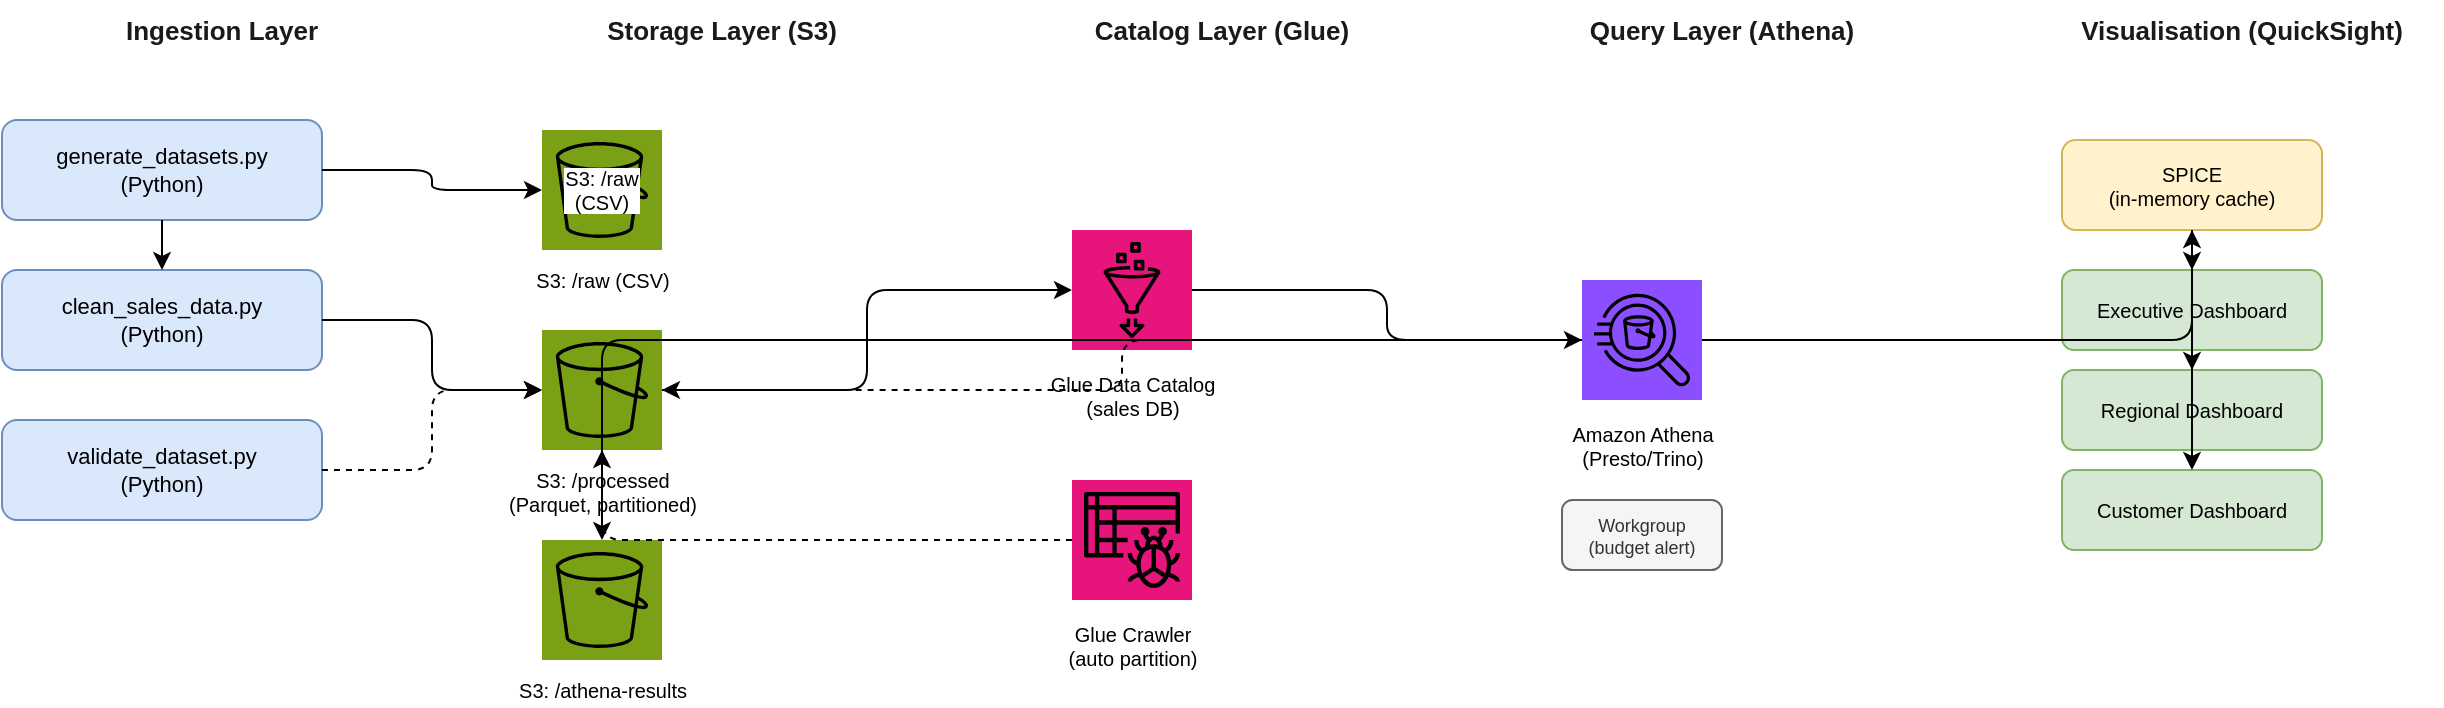
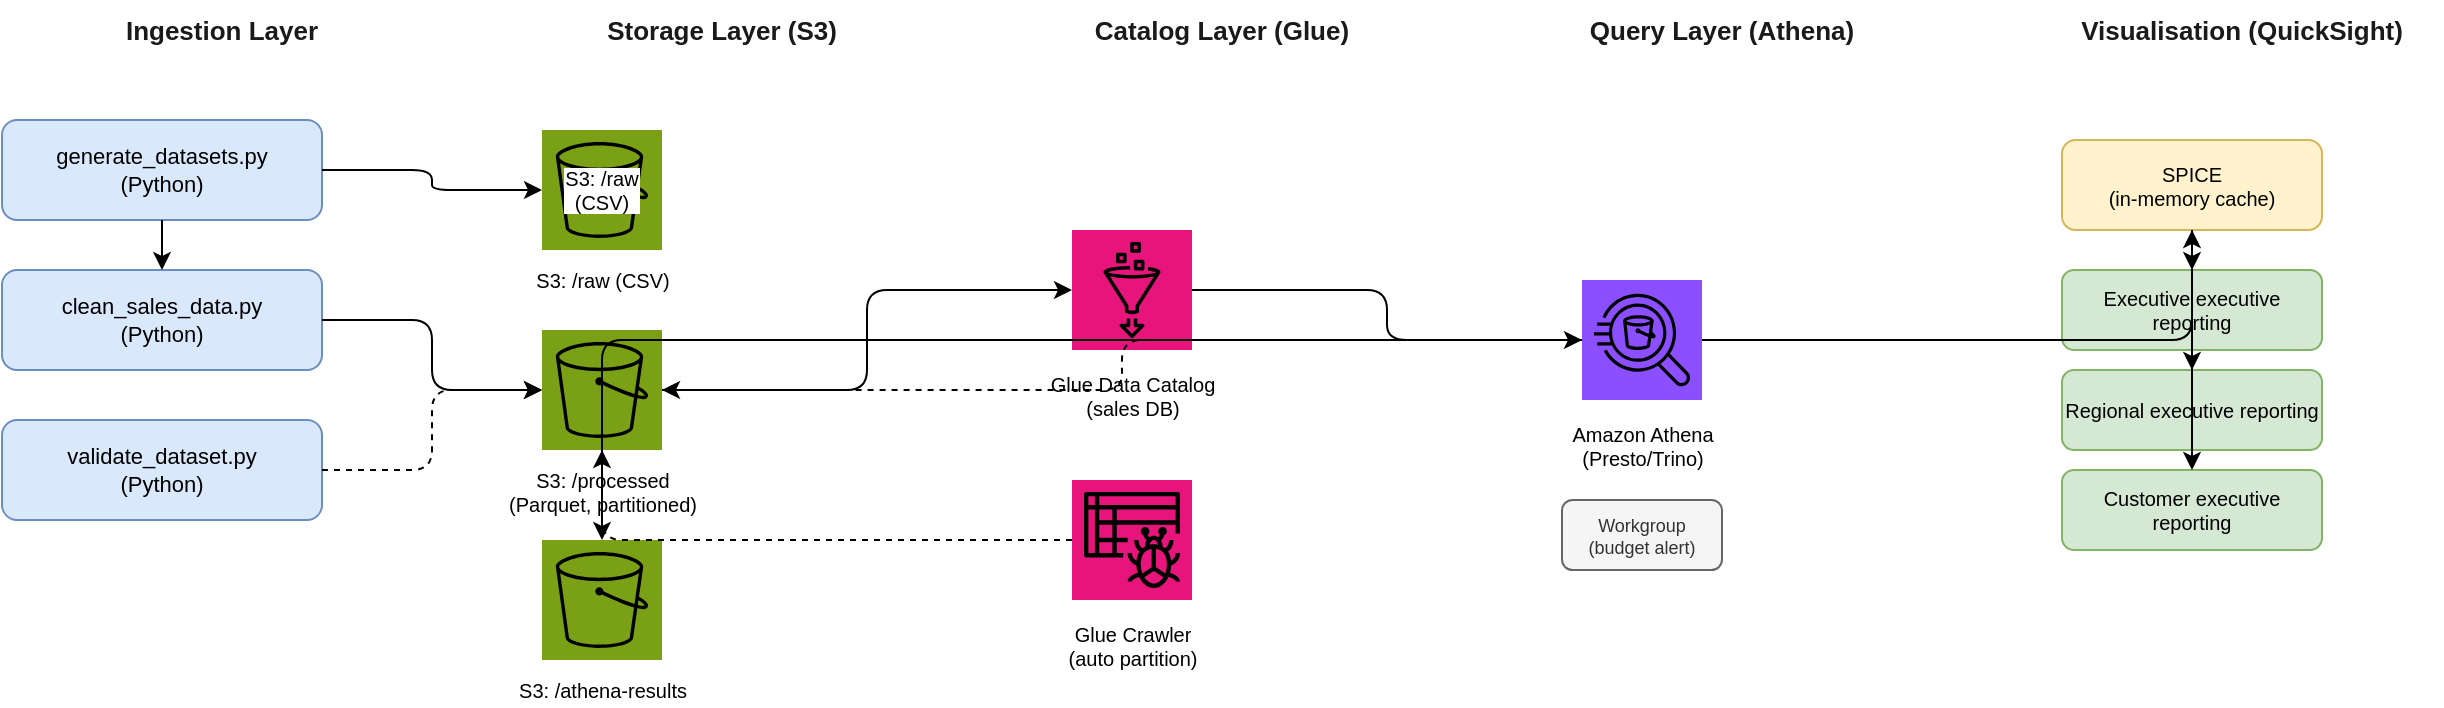
<?xml version="1.0" encoding="UTF-8"?>
<mxfile host="app.diagrams.net" modified="2024-01-01T00:00:00.000Z" agent="draw.io" version="21.0.0" type="device">
-   <diagram name="AWS Sales Analytics Architecture" id="sales-analytics-arch">
+   <diagram name="AWS Sales business reporting Architecture" id="sales-business reporting-arch">
    <mxGraphModel dx="1422" dy="762" grid="1" gridSize="10" guides="1" tooltips="1" connect="1" arrows="1" fold="1" page="1" pageScale="1" pageWidth="1169" pageHeight="827" math="0" shadow="0">
      <root>
        <mxCell id="0" />
        <mxCell id="1" parent="0" />

        <!-- ===== LAYER HEADERS ===== -->
        <mxCell id="layer-ingest" value="Ingestion Layer" style="text;html=1;strokeColor=none;fillColor=none;align=center;verticalAlign=middle;whiteSpace=wrap;rounded=0;fontSize=13;fontStyle=1;fontColor=#1a1a1a;" vertex="1" parent="1">
          <mxGeometry x="50" y="30" width="180" height="30" as="geometry" />
        </mxCell>
        <mxCell id="layer-storage" value="Storage Layer (S3)" style="text;html=1;strokeColor=none;fillColor=none;align=center;verticalAlign=middle;whiteSpace=wrap;rounded=0;fontSize=13;fontStyle=1;fontColor=#1a1a1a;" vertex="1" parent="1">
          <mxGeometry x="300" y="30" width="180" height="30" as="geometry" />
        </mxCell>
        <mxCell id="layer-catalog" value="Catalog Layer (Glue)" style="text;html=1;strokeColor=none;fillColor=none;align=center;verticalAlign=middle;whiteSpace=wrap;rounded=0;fontSize=13;fontStyle=1;fontColor=#1a1a1a;" vertex="1" parent="1">
          <mxGeometry x="550" y="30" width="180" height="30" as="geometry" />
        </mxCell>
        <mxCell id="layer-query" value="Query Layer (Athena)" style="text;html=1;strokeColor=none;fillColor=none;align=center;verticalAlign=middle;whiteSpace=wrap;rounded=0;fontSize=13;fontStyle=1;fontColor=#1a1a1a;" vertex="1" parent="1">
          <mxGeometry x="800" y="30" width="180" height="30" as="geometry" />
        </mxCell>
        <mxCell id="layer-viz" value="Visualisation (QuickSight)" style="text;html=1;strokeColor=none;fillColor=none;align=center;verticalAlign=middle;whiteSpace=wrap;rounded=0;fontSize=13;fontStyle=1;fontColor=#1a1a1a;" vertex="1" parent="1">
          <mxGeometry x="1050" y="30" width="200" height="30" as="geometry" />
        </mxCell>

        <!-- ===== INGESTION ===== -->
        <mxCell id="py-gen" value="generate_datasets.py&#xa;(Python)" style="rounded=1;whiteSpace=wrap;html=1;fillColor=#dae8fc;strokeColor=#6c8ebf;fontStyle=0;fontSize=11;" vertex="1" parent="1">
          <mxGeometry x="30" y="90" width="160" height="50" as="geometry" />
        </mxCell>
        <mxCell id="py-clean" value="clean_sales_data.py&#xa;(Python)" style="rounded=1;whiteSpace=wrap;html=1;fillColor=#dae8fc;strokeColor=#6c8ebf;fontStyle=0;fontSize=11;" vertex="1" parent="1">
          <mxGeometry x="30" y="165" width="160" height="50" as="geometry" />
        </mxCell>
        <mxCell id="py-validate" value="validate_dataset.py&#xa;(Python)" style="rounded=1;whiteSpace=wrap;html=1;fillColor=#dae8fc;strokeColor=#6c8ebf;fontStyle=0;fontSize=11;" vertex="1" parent="1">
          <mxGeometry x="30" y="240" width="160" height="50" as="geometry" />
        </mxCell>

        <!-- ===== S3 BUCKETS ===== -->
        <mxCell id="s3-raw" value="S3: /raw&#xa;(CSV)" style="shape=mxgraph.aws4.resourceIcon;resIcon=mxgraph.aws4.s3;fillColor=#7AA116;strokeColor=none;labelBackgroundColor=#ffffff;sketch=0;fontStyle=0;fontSize=10;" vertex="1" parent="1">
          <mxGeometry x="300" y="95" width="60" height="60" as="geometry" />
        </mxCell>
        <mxCell id="s3-raw-lbl" value="S3: /raw (CSV)" style="text;html=1;strokeColor=none;fillColor=none;align=center;fontSize=10;" vertex="1" parent="1">
          <mxGeometry x="280" y="158" width="100" height="20" as="geometry" />
        </mxCell>

        <mxCell id="s3-proc" value="" style="shape=mxgraph.aws4.resourceIcon;resIcon=mxgraph.aws4.s3;fillColor=#7AA116;strokeColor=none;labelBackgroundColor=#ffffff;sketch=0;fontStyle=0;fontSize=10;" vertex="1" parent="1">
          <mxGeometry x="300" y="195" width="60" height="60" as="geometry" />
        </mxCell>
        <mxCell id="s3-proc-lbl" value="S3: /processed&#xa;(Parquet, partitioned)" style="text;html=1;strokeColor=none;fillColor=none;align=center;fontSize=10;" vertex="1" parent="1">
          <mxGeometry x="270" y="258" width="120" height="30" as="geometry" />
        </mxCell>

        <mxCell id="s3-results" value="" style="shape=mxgraph.aws4.resourceIcon;resIcon=mxgraph.aws4.s3;fillColor=#7AA116;strokeColor=none;labelBackgroundColor=#ffffff;sketch=0;fontStyle=0;fontSize=10;" vertex="1" parent="1">
          <mxGeometry x="300" y="300" width="60" height="60" as="geometry" />
        </mxCell>
        <mxCell id="s3-results-lbl" value="S3: /athena-results" style="text;html=1;strokeColor=none;fillColor=none;align=center;fontSize=10;" vertex="1" parent="1">
          <mxGeometry x="275" y="363" width="110" height="20" as="geometry" />
        </mxCell>

        <!-- ===== GLUE ===== -->
        <mxCell id="glue-catalog" value="" style="shape=mxgraph.aws4.resourceIcon;resIcon=mxgraph.aws4.glue;fillColor=#E7157B;strokeColor=none;sketch=0;fontSize=10;" vertex="1" parent="1">
          <mxGeometry x="565" y="145" width="60" height="60" as="geometry" />
        </mxCell>
        <mxCell id="glue-lbl" value="Glue Data Catalog&#xa;(sales DB)" style="text;html=1;strokeColor=none;fillColor=none;align=center;fontSize=10;" vertex="1" parent="1">
          <mxGeometry x="545" y="210" width="100" height="30" as="geometry" />
        </mxCell>

        <mxCell id="glue-crawler" value="" style="shape=mxgraph.aws4.resourceIcon;resIcon=mxgraph.aws4.glue_crawlers;fillColor=#E7157B;strokeColor=none;sketch=0;fontSize=10;" vertex="1" parent="1">
          <mxGeometry x="565" y="270" width="60" height="60" as="geometry" />
        </mxCell>
        <mxCell id="glue-crawler-lbl" value="Glue Crawler&#xa;(auto partition)" style="text;html=1;strokeColor=none;fillColor=none;align=center;fontSize=10;" vertex="1" parent="1">
          <mxGeometry x="545" y="335" width="100" height="30" as="geometry" />
        </mxCell>

        <!-- ===== ATHENA ===== -->
        <mxCell id="athena" value="" style="shape=mxgraph.aws4.resourceIcon;resIcon=mxgraph.aws4.athena;fillColor=#8C4FFF;strokeColor=none;sketch=0;fontSize=10;" vertex="1" parent="1">
          <mxGeometry x="820" y="170" width="60" height="60" as="geometry" />
        </mxCell>
        <mxCell id="athena-lbl" value="Amazon Athena&#xa;(Presto/Trino)" style="text;html=1;strokeColor=none;fillColor=none;align=center;fontSize=10;" vertex="1" parent="1">
          <mxGeometry x="800" y="235" width="100" height="30" as="geometry" />
        </mxCell>

        <mxCell id="workgroup" value="Workgroup&#xa;(budget alert)" style="rounded=1;whiteSpace=wrap;html=1;fillColor=#f5f5f5;strokeColor=#666666;fontColor=#333333;fontSize=9;" vertex="1" parent="1">
          <mxGeometry x="810" y="280" width="80" height="35" as="geometry" />
        </mxCell>

        <!-- ===== QUICKSIGHT ===== -->
        <mxCell id="qs-spice" value="SPICE&#xa;(in-memory cache)" style="rounded=1;whiteSpace=wrap;html=1;fillColor=#fff2cc;strokeColor=#d6b656;fontSize=10;" vertex="1" parent="1">
          <mxGeometry x="1060" y="100" width="130" height="45" as="geometry" />
        </mxCell>

-         <mxCell id="qs-exec" value="Executive Dashboard" style="rounded=1;whiteSpace=wrap;html=1;fillColor=#d5e8d4;strokeColor=#82b366;fontSize=10;" vertex="1" parent="1">
+         <mxCell id="qs-exec" value="Executive executive reporting" style="rounded=1;whiteSpace=wrap;html=1;fillColor=#d5e8d4;strokeColor=#82b366;fontSize=10;" vertex="1" parent="1">
          <mxGeometry x="1060" y="165" width="130" height="40" as="geometry" />
        </mxCell>
-         <mxCell id="qs-reg" value="Regional Dashboard" style="rounded=1;whiteSpace=wrap;html=1;fillColor=#d5e8d4;strokeColor=#82b366;fontSize=10;" vertex="1" parent="1">
+         <mxCell id="qs-reg" value="Regional executive reporting" style="rounded=1;whiteSpace=wrap;html=1;fillColor=#d5e8d4;strokeColor=#82b366;fontSize=10;" vertex="1" parent="1">
          <mxGeometry x="1060" y="215" width="130" height="40" as="geometry" />
        </mxCell>
-         <mxCell id="qs-cust" value="Customer Dashboard" style="rounded=1;whiteSpace=wrap;html=1;fillColor=#d5e8d4;strokeColor=#82b366;fontSize=10;" vertex="1" parent="1">
+         <mxCell id="qs-cust" value="Customer executive reporting" style="rounded=1;whiteSpace=wrap;html=1;fillColor=#d5e8d4;strokeColor=#82b366;fontSize=10;" vertex="1" parent="1">
          <mxGeometry x="1060" y="265" width="130" height="40" as="geometry" />
        </mxCell>

        <!-- ===== EDGES ===== -->
        <!-- Python gen → S3 raw -->
        <mxCell id="e1" style="edgeStyle=orthogonalEdgeStyle;" edge="1" source="py-gen" target="s3-raw" parent="1">
          <mxGeometry relative="1" as="geometry" />
        </mxCell>
        <!-- Python gen → Python clean -->
        <mxCell id="e2" style="edgeStyle=orthogonalEdgeStyle;" edge="1" source="py-gen" target="py-clean" parent="1">
          <mxGeometry relative="1" as="geometry" />
        </mxCell>
        <!-- Python clean → S3 processed -->
        <mxCell id="e3" style="edgeStyle=orthogonalEdgeStyle;" edge="1" source="py-clean" target="s3-proc" parent="1">
          <mxGeometry relative="1" as="geometry" />
        </mxCell>
        <!-- Python validate → S3 processed (reads) -->
        <mxCell id="e4" style="edgeStyle=orthogonalEdgeStyle;dashed=1;" edge="1" source="py-validate" target="s3-proc" parent="1">
          <mxGeometry relative="1" as="geometry" />
        </mxCell>
        <!-- S3 processed → Glue Catalog -->
        <mxCell id="e5" style="edgeStyle=orthogonalEdgeStyle;" edge="1" source="s3-proc" target="glue-catalog" parent="1">
          <mxGeometry relative="1" as="geometry" />
        </mxCell>
        <!-- Glue Crawler → S3 processed (discovers partitions) -->
        <mxCell id="e6" style="edgeStyle=orthogonalEdgeStyle;dashed=1;" edge="1" source="glue-crawler" target="s3-proc" parent="1">
          <mxGeometry relative="1" as="geometry" />
        </mxCell>
        <!-- Glue Catalog → Athena -->
        <mxCell id="e7" style="edgeStyle=orthogonalEdgeStyle;" edge="1" source="glue-catalog" target="athena" parent="1">
          <mxGeometry relative="1" as="geometry" />
        </mxCell>
        <!-- Athena → S3 processed (reads) -->
        <mxCell id="e8" style="edgeStyle=orthogonalEdgeStyle;dashed=1;" edge="1" source="athena" target="s3-proc" parent="1">
          <mxGeometry relative="1" as="geometry" />
        </mxCell>
        <!-- Athena → S3 results (writes) -->
        <mxCell id="e9" style="edgeStyle=orthogonalEdgeStyle;" edge="1" source="athena" target="s3-results" parent="1">
          <mxGeometry relative="1" as="geometry" />
        </mxCell>
        <!-- Athena → QuickSight SPICE -->
        <mxCell id="e10" style="edgeStyle=orthogonalEdgeStyle;" edge="1" source="athena" target="qs-spice" parent="1">
          <mxGeometry relative="1" as="geometry" />
        </mxCell>
-         <!-- SPICE → Dashboards -->
+         <!-- SPICE → executive reportings -->
        <mxCell id="e11" style="edgeStyle=orthogonalEdgeStyle;" edge="1" source="qs-spice" target="qs-exec" parent="1">
          <mxGeometry relative="1" as="geometry" />
        </mxCell>
        <mxCell id="e12" style="edgeStyle=orthogonalEdgeStyle;" edge="1" source="qs-spice" target="qs-reg" parent="1">
          <mxGeometry relative="1" as="geometry" />
        </mxCell>
        <mxCell id="e13" style="edgeStyle=orthogonalEdgeStyle;" edge="1" source="qs-spice" target="qs-cust" parent="1">
          <mxGeometry relative="1" as="geometry" />
        </mxCell>
      </root>
    </mxGraphModel>
  </diagram>
</mxfile>
